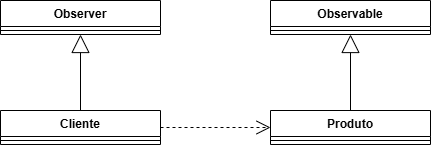
Above: Observer.drawio.png in Thiago-JLopes/observer (draw.io), before the change. Source tidied: cells renumbered, new cells last; positions are measured from the earlier drawing's top-left corner, leaving out a move shared by most shapes.
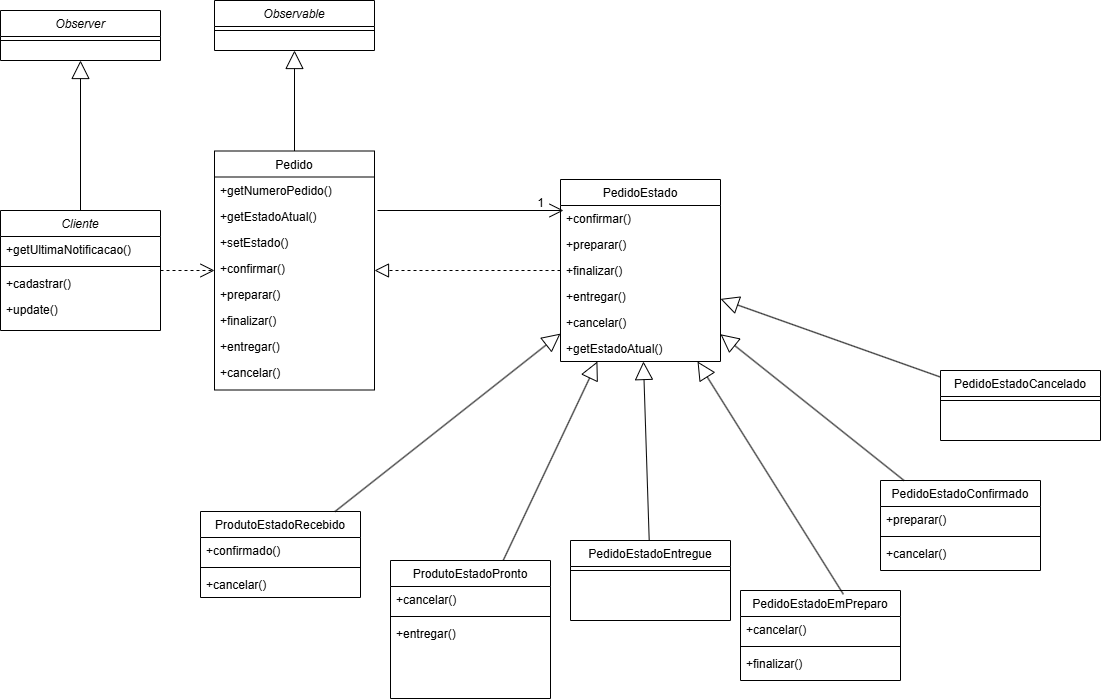
The same file after the commit.

Change to the diagram source:
```diff
@@ -1,39 +1,180 @@
 <mxGraphModel>
   <root>
-    <mxCell id="0" />
-    <mxCell id="1" parent="0" />
+    <mxCell id="13" />
+    <mxCell id="14" parent="13" />
+    <mxCell id="4" value="Cliente" style="swimlane;fontStyle=2;align=center;verticalAlign=top;horizontal=1;startSize=26;rounded=0;shadow=0;strokeWidth=1;" parent="14" vertex="1">
+      <mxGeometry x="20" width="160" height="120" as="geometry" />
+    </mxCell>
+    <mxCell id="15" value="+getUltimaNotificacao()" style="text;align=left;verticalAlign=top;spacingLeft=4;spacingRight=4;overflow=hidden;" parent="4" vertex="1">
+      <mxGeometry y="26" width="160" height="26" as="geometry" />
+    </mxCell>
+    <mxCell id="16" style="line;html=1;strokeWidth=1;align=left;verticalAlign=middle;spacingTop=-1;spacingLeft=3;spacingRight=3;labelPosition=right;" parent="4" vertex="1">
+      <mxGeometry y="52" width="160" height="8" as="geometry" />
+    </mxCell>
+    <mxCell id="17" value="+cadastrar()" style="text;align=left;verticalAlign=top;spacingLeft=4;spacingRight=4;overflow=hidden;" parent="4" vertex="1">
+      <mxGeometry y="60" width="160" height="26" as="geometry" />
+    </mxCell>
+    <mxCell id="18" value="+update()" style="text;align=left;verticalAlign=top;spacingLeft=4;spacingRight=4;overflow=hidden;" parent="4" vertex="1">
+      <mxGeometry y="86" width="160" height="26" as="geometry" />
+    </mxCell>
+    <mxCell id="19" value="PedidoEstadoEmPreparo" style="swimlane;fontStyle=0;align=center;verticalAlign=top;horizontal=1;startSize=26;rounded=0;shadow=0;strokeWidth=1;" parent="14" vertex="1">
+      <mxGeometry x="760" y="380" width="160" height="90" as="geometry" />
+    </mxCell>
+    <mxCell id="20" value="+cancelar()" style="text;align=left;verticalAlign=top;spacingLeft=4;spacingRight=4;overflow=hidden;rounded=0;shadow=0;html=0;" parent="19" vertex="1">
+      <mxGeometry y="26" width="160" height="26" as="geometry" />
+    </mxCell>
+    <mxCell id="21" style="line;html=1;strokeWidth=1;align=left;verticalAlign=middle;spacingTop=-1;spacingLeft=3;spacingRight=3;labelPosition=right;" parent="19" vertex="1">
+      <mxGeometry y="52" width="160" height="8" as="geometry" />
+    </mxCell>
+    <mxCell id="22" value="+finalizar()" style="text;align=left;verticalAlign=top;spacingLeft=4;spacingRight=4;overflow=hidden;rounded=0;shadow=0;html=0;" parent="19" vertex="1">
+      <mxGeometry y="60" width="160" height="26" as="geometry" />
+    </mxCell>
+    <mxCell id="23" value="PedidoEstadoCancelado" style="swimlane;fontStyle=0;align=center;verticalAlign=top;horizontal=1;startSize=26;rounded=0;shadow=0;strokeWidth=1;" parent="14" vertex="1">
+      <mxGeometry x="960" y="160" width="160" height="70" as="geometry" />
+    </mxCell>
+    <mxCell id="24" style="line;html=1;strokeWidth=1;align=left;verticalAlign=middle;spacingTop=-1;spacingLeft=3;spacingRight=3;labelPosition=right;" parent="23" vertex="1">
+      <mxGeometry y="26" width="160" height="8" as="geometry" />
+    </mxCell>
+    <mxCell id="25" value="Pedido" style="swimlane;fontStyle=0;align=center;verticalAlign=top;horizontal=1;startSize=26;rounded=0;shadow=0;strokeWidth=1;" parent="14" vertex="1">
+      <mxGeometry x="234" y="-59.5" width="160" height="239" as="geometry" />
+    </mxCell>
+    <mxCell id="26" value="+getNumeroPedido() " style="text;align=left;verticalAlign=top;spacingLeft=4;spacingRight=4;overflow=hidden;" parent="25" vertex="1">
+      <mxGeometry y="26" width="160" height="26" as="geometry" />
+    </mxCell>
+    <mxCell id="27" value="+getEstadoAtual() " style="text;align=left;verticalAlign=top;spacingLeft=4;spacingRight=4;overflow=hidden;rounded=0;shadow=0;html=0;" parent="25" vertex="1">
+      <mxGeometry y="52" width="160" height="26" as="geometry" />
+    </mxCell>
+    <mxCell id="28" value="+setEstado()" style="text;align=left;verticalAlign=top;spacingLeft=4;spacingRight=4;overflow=hidden;rounded=0;shadow=0;html=0;" parent="25" vertex="1">
+      <mxGeometry y="78" width="160" height="26" as="geometry" />
+    </mxCell>
+    <mxCell id="29" value="+confirmar()" style="text;align=left;verticalAlign=top;spacingLeft=4;spacingRight=4;overflow=hidden;rounded=0;shadow=0;html=0;" parent="25" vertex="1">
+      <mxGeometry y="104" width="160" height="26" as="geometry" />
+    </mxCell>
+    <mxCell id="30" value="+preparar() " style="text;align=left;verticalAlign=top;spacingLeft=4;spacingRight=4;overflow=hidden;rounded=0;shadow=0;html=0;" parent="25" vertex="1">
+      <mxGeometry y="130" width="160" height="26" as="geometry" />
+    </mxCell>
+    <mxCell id="31" value="+finalizar()" style="text;align=left;verticalAlign=top;spacingLeft=4;spacingRight=4;overflow=hidden;rounded=0;shadow=0;html=0;" parent="25" vertex="1">
+      <mxGeometry y="156" width="160" height="26" as="geometry" />
+    </mxCell>
+    <mxCell id="32" value="+entregar()" style="text;align=left;verticalAlign=top;spacingLeft=4;spacingRight=4;overflow=hidden;rounded=0;shadow=0;html=0;" parent="25" vertex="1">
+      <mxGeometry y="182" width="160" height="26" as="geometry" />
+    </mxCell>
+    <mxCell id="33" value="+cancelar()" style="text;align=left;verticalAlign=top;spacingLeft=4;spacingRight=4;overflow=hidden;rounded=0;shadow=0;html=0;" parent="25" vertex="1">
+      <mxGeometry y="208" width="160" height="26" as="geometry" />
+    </mxCell>
-    <mxCell id="2" value="Observer" style="swimlane;fontStyle=1;align=center;verticalAlign=top;horizontal=1;startSize=26;whiteSpace=wrap;html=1;" parent="1" vertex="1">
-      <mxGeometry width="160" height="34" as="geometry" />
+    <mxCell id="2" value="Observer" style="swimlane;fontStyle=2;align=center;verticalAlign=top;horizontal=1;startSize=26;rounded=0;shadow=0;strokeWidth=1;" parent="14" vertex="1">
+      <mxGeometry x="20" y="-200" width="160" height="50" as="geometry" />
     </mxCell>
-    <mxCell id="3" style="line;strokeWidth=1;fillColor=none;align=left;verticalAlign=middle;spacingTop=-1;spacingLeft=3;spacingRight=3;labelPosition=right;strokeColor=inherit;" parent="2" vertex="1">
-      <mxGeometry y="26" width="160" height="8" as="geometry" />
-    </mxCell>
-    <mxCell id="4" value="Cliente" style="swimlane;fontStyle=1;align=center;verticalAlign=top;horizontal=1;startSize=26;whiteSpace=wrap;html=1;" parent="1" vertex="1">
-      <mxGeometry y="110" width="160" height="34" as="geometry" />
-    </mxCell>
-    <mxCell id="5" style="line;strokeWidth=1;fillColor=none;align=left;verticalAlign=middle;spacingTop=-1;spacingLeft=3;spacingRight=3;labelPosition=right;strokeColor=inherit;" parent="4" vertex="1">
-      <mxGeometry y="26" width="160" height="8" as="geometry" />
-    </mxCell>
-    <mxCell id="6" value="Produto" style="swimlane;fontStyle=1;align=center;verticalAlign=top;horizontal=1;startSize=26;whiteSpace=wrap;html=1;" parent="1" vertex="1">
-      <mxGeometry x="270" y="110" width="160" height="34" as="geometry" />
-    </mxCell>
-    <mxCell id="7" style="line;strokeWidth=1;fillColor=none;align=left;verticalAlign=middle;spacingTop=-1;spacingLeft=3;spacingRight=3;labelPosition=right;strokeColor=inherit;" parent="6" vertex="1">
-      <mxGeometry y="26" width="160" height="8" as="geometry" />
-    </mxCell>
+    <mxCell id="34" style="line;html=1;strokeWidth=1;align=left;verticalAlign=middle;spacingTop=-1;spacingLeft=3;spacingRight=3;labelPosition=right;" parent="2" vertex="1">
+      <mxGeometry y="26" width="160" height="8" as="geometry" />
+    </mxCell>
-    <mxCell id="8" value="Observable" style="swimlane;fontStyle=1;align=center;verticalAlign=top;horizontal=1;startSize=26;whiteSpace=wrap;html=1;" parent="1" vertex="1">
-      <mxGeometry x="270" width="160" height="34" as="geometry" />
+    <mxCell id="8" value="Observable" style="swimlane;fontStyle=2;align=center;verticalAlign=top;horizontal=1;startSize=26;rounded=0;shadow=0;strokeWidth=1;" parent="14" vertex="1">
+      <mxGeometry x="234" y="-210" width="160" height="50" as="geometry" />
     </mxCell>
-    <mxCell id="9" style="line;strokeWidth=1;fillColor=none;align=left;verticalAlign=middle;spacingTop=-1;spacingLeft=3;spacingRight=3;labelPosition=right;strokeColor=inherit;" parent="8" vertex="1">
-      <mxGeometry y="26" width="160" height="8" as="geometry" />
-    </mxCell>
-    <mxCell id="10" style="endArrow=open;endSize=12;dashed=1;html=1;rounded=0;" parent="1" edge="1" source="4" target="6">
-      <mxGeometry relative="1" as="geometry" />
-    </mxCell>
-    <mxCell id="11" style="endArrow=block;endSize=16;endFill=0;html=1;rounded=0;" parent="1" edge="1" source="6" target="8">
-      <mxGeometry relative="1" as="geometry" />
-    </mxCell>
+    <mxCell id="35" style="line;html=1;strokeWidth=1;align=left;verticalAlign=middle;spacingTop=-1;spacingLeft=3;spacingRight=3;labelPosition=right;" parent="8" vertex="1">
+      <mxGeometry y="26" width="160" height="8" as="geometry" />
+    </mxCell>
-    <mxCell id="12" style="endArrow=block;endSize=16;endFill=0;html=1;rounded=0;" parent="1" edge="1" source="4" target="2">
+    <mxCell id="12" style="endArrow=block;endSize=16;endFill=0;html=1;rounded=0;" parent="14" edge="1" source="4" target="2">
       <mxGeometry relative="1" as="geometry" />
     </mxCell>
+    <mxCell id="36" style="endArrow=open;endSize=12;dashed=1;html=1;rounded=0;" parent="14" edge="1" source="4" target="25">
+      <mxGeometry relative="1" as="geometry" />
+    </mxCell>
+    <mxCell id="37" style="endArrow=block;endSize=16;endFill=0;html=1;rounded=0;" parent="14" edge="1" source="25" target="8">
+      <mxGeometry relative="1" as="geometry" />
+    </mxCell>
+    <mxCell id="38" value="PedidoEstado" style="swimlane;fontStyle=0;align=center;verticalAlign=top;horizontal=1;startSize=26;rounded=0;shadow=0;strokeWidth=1;" parent="14" vertex="1">
+      <mxGeometry x="580" y="-31" width="160" height="182" as="geometry" />
+    </mxCell>
+    <mxCell id="39" value="+confirmar()" style="text;align=left;verticalAlign=top;spacingLeft=4;spacingRight=4;overflow=hidden;rounded=0;shadow=0;html=0;" parent="38" vertex="1">
+      <mxGeometry y="26" width="160" height="26" as="geometry" />
+    </mxCell>
+    <mxCell id="40" value="+preparar() " style="text;align=left;verticalAlign=top;spacingLeft=4;spacingRight=4;overflow=hidden;rounded=0;shadow=0;html=0;" parent="38" vertex="1">
+      <mxGeometry y="52" width="160" height="26" as="geometry" />
+    </mxCell>
+    <mxCell id="41" value="+finalizar()" style="text;align=left;verticalAlign=top;spacingLeft=4;spacingRight=4;overflow=hidden;rounded=0;shadow=0;html=0;" parent="38" vertex="1">
+      <mxGeometry y="78" width="160" height="26" as="geometry" />
+    </mxCell>
+    <mxCell id="42" value="+entregar()" style="text;align=left;verticalAlign=top;spacingLeft=4;spacingRight=4;overflow=hidden;rounded=0;shadow=0;html=0;" parent="38" vertex="1">
+      <mxGeometry y="104" width="160" height="26" as="geometry" />
+    </mxCell>
+    <mxCell id="43" value="+cancelar()" style="text;align=left;verticalAlign=top;spacingLeft=4;spacingRight=4;overflow=hidden;rounded=0;shadow=0;html=0;" parent="38" vertex="1">
+      <mxGeometry y="130" width="160" height="26" as="geometry" />
+    </mxCell>
+    <mxCell id="44" value="+getEstadoAtual()" style="text;align=left;verticalAlign=top;spacingLeft=4;spacingRight=4;overflow=hidden;rounded=0;shadow=0;html=0;" parent="38" vertex="1">
+      <mxGeometry y="156" width="160" height="26" as="geometry" />
+    </mxCell>
+    <mxCell id="45" value="PedidoEstadoEntregue" style="swimlane;fontStyle=0;align=center;verticalAlign=top;horizontal=1;startSize=26;rounded=0;shadow=0;strokeWidth=1;" parent="14" vertex="1">
+      <mxGeometry x="590" y="330" width="160" height="80" as="geometry" />
+    </mxCell>
+    <mxCell id="46" style="line;html=1;strokeWidth=1;align=left;verticalAlign=middle;spacingTop=-1;spacingLeft=3;spacingRight=3;labelPosition=right;" parent="45" vertex="1">
+      <mxGeometry y="26" width="160" height="8" as="geometry" />
+    </mxCell>
+    <mxCell id="47" value="ProdutoEstadoPronto" style="swimlane;fontStyle=0;align=center;verticalAlign=top;horizontal=1;startSize=26;rounded=0;shadow=0;strokeWidth=1;" parent="14" vertex="1">
+      <mxGeometry x="410" y="350" width="160" height="138" as="geometry" />
+    </mxCell>
+    <mxCell id="48" value="+cancelar()" style="text;align=left;verticalAlign=top;spacingLeft=4;spacingRight=4;overflow=hidden;rounded=0;shadow=0;html=0;" parent="47" vertex="1">
+      <mxGeometry y="26" width="160" height="26" as="geometry" />
+    </mxCell>
+    <mxCell id="49" style="line;html=1;strokeWidth=1;align=left;verticalAlign=middle;spacingTop=-1;spacingLeft=3;spacingRight=3;labelPosition=right;" parent="47" vertex="1">
+      <mxGeometry y="52" width="160" height="8" as="geometry" />
+    </mxCell>
+    <mxCell id="50" value="+entregar()" style="text;align=left;verticalAlign=top;spacingLeft=4;spacingRight=4;overflow=hidden;rounded=0;shadow=0;html=0;" parent="47" vertex="1">
+      <mxGeometry y="60" width="160" height="26" as="geometry" />
+    </mxCell>
+    <mxCell id="51" value="PedidoEstadoConfirmado" style="swimlane;fontStyle=0;align=center;verticalAlign=top;horizontal=1;startSize=26;rounded=0;shadow=0;strokeWidth=1;" parent="14" vertex="1">
+      <mxGeometry x="900" y="270" width="160" height="90" as="geometry" />
+    </mxCell>
+    <mxCell id="52" value="+preparar() " style="text;align=left;verticalAlign=top;spacingLeft=4;spacingRight=4;overflow=hidden;rounded=0;shadow=0;html=0;" parent="51" vertex="1">
+      <mxGeometry y="26" width="160" height="26" as="geometry" />
+    </mxCell>
+    <mxCell id="53" style="line;html=1;strokeWidth=1;align=left;verticalAlign=middle;spacingTop=-1;spacingLeft=3;spacingRight=3;labelPosition=right;" parent="51" vertex="1">
+      <mxGeometry y="52" width="160" height="8" as="geometry" />
+    </mxCell>
+    <mxCell id="54" value="+cancelar()" style="text;align=left;verticalAlign=top;spacingLeft=4;spacingRight=4;overflow=hidden;rounded=0;shadow=0;html=0;" parent="51" vertex="1">
+      <mxGeometry y="60" width="160" height="26" as="geometry" />
+    </mxCell>
+    <mxCell id="55" style="endArrow=block;endSize=16;endFill=0;html=1;rounded=0;" parent="14" edge="1" source="47" target="38">
+      <mxGeometry relative="1" as="geometry" />
+    </mxCell>
+    <mxCell id="56" style="endArrow=block;endSize=16;endFill=0;html=1;rounded=0;" parent="14" edge="1" source="45" target="38">
+      <mxGeometry relative="1" as="geometry" />
+    </mxCell>
+    <mxCell id="57" style="endArrow=block;endSize=16;endFill=0;html=1;rounded=0;exitX=0.643;exitY=0.042;exitDx=0;exitDy=0;exitPerimeter=0;" parent="14" edge="1" source="19" target="38">
+      <mxGeometry relative="1" as="geometry" />
+    </mxCell>
+    <mxCell id="58" style="endArrow=block;endSize=16;endFill=0;html=1;rounded=0;" parent="14" edge="1" source="51" target="38">
+      <mxGeometry relative="1" as="geometry" />
+    </mxCell>
+    <mxCell id="59" style="endArrow=block;endSize=16;endFill=0;html=1;rounded=0;" parent="14" edge="1" source="23" target="38">
+      <mxGeometry relative="1" as="geometry" />
+    </mxCell>
+    <mxCell id="60" value="ProdutoEstadoRecebido" style="swimlane;fontStyle=0;align=center;verticalAlign=top;horizontal=1;startSize=26;rounded=0;shadow=0;strokeWidth=1;" parent="14" vertex="1">
+      <mxGeometry x="220" y="301" width="160" height="86" as="geometry" />
+    </mxCell>
+    <mxCell id="61" value="+confirmado()" style="text;align=left;verticalAlign=top;spacingLeft=4;spacingRight=4;overflow=hidden;rounded=0;shadow=0;html=0;" parent="60" vertex="1">
+      <mxGeometry y="26" width="160" height="26" as="geometry" />
+    </mxCell>
+    <mxCell id="62" style="line;html=1;strokeWidth=1;align=left;verticalAlign=middle;spacingTop=-1;spacingLeft=3;spacingRight=3;labelPosition=right;" parent="60" vertex="1">
+      <mxGeometry y="52" width="160" height="8" as="geometry" />
+    </mxCell>
+    <mxCell id="63" value="+cancelar()" style="text;align=left;verticalAlign=top;spacingLeft=4;spacingRight=4;overflow=hidden;rounded=0;shadow=0;html=0;" parent="60" vertex="1">
+      <mxGeometry y="60" width="160" height="26" as="geometry" />
+    </mxCell>
+    <mxCell id="64" style="endArrow=block;endSize=16;endFill=0;html=1;rounded=0;" parent="14" edge="1" source="60" target="38">
+      <mxGeometry relative="1" as="geometry" />
+    </mxCell>
+    <mxCell id="65" style="endArrow=block;dashed=1;endFill=0;endSize=12;html=1;rounded=0;" parent="14" edge="1" source="38" target="25">
+      <mxGeometry relative="1" as="geometry" />
+    </mxCell>
+    <mxCell id="66" style="endArrow=open;endFill=1;endSize=12;html=1;rounded=0;" parent="14" edge="1">
+      <mxGeometry relative="1" as="geometry">
+        <mxPoint x="397" as="sourcePoint" />
+        <mxPoint x="583" as="targetPoint" />
+      </mxGeometry>
+    </mxCell>
+    <mxCell id="67" value="1" style="text;html=1;align=center;verticalAlign=middle;strokeColor=none;fillColor=none;" parent="14" vertex="1">
+      <mxGeometry x="545" y="-22" width="30" height="30" as="geometry" />
+    </mxCell>
   </root>
 </mxGraphModel>
```
